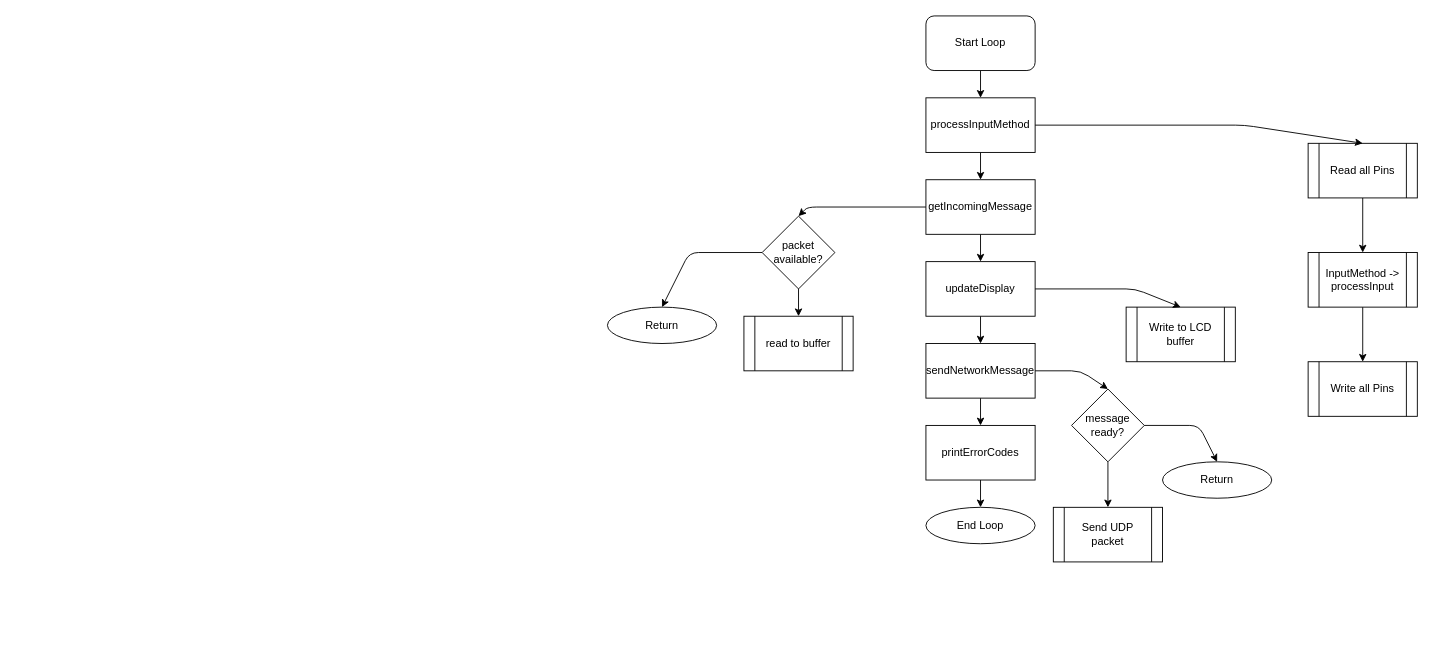
Above: page "Loop" (2 of 3) of glEEmail flow.drawio in Matt-and-Gib/gleemail (draw.io), before the change. Source tidied: cells renumbered, new cells numbered last; positions are measured from the earlier drawing's top-left corner, leaving out a move shared by most shapes. Both pictures are drawn from the tidied source at 91%, with x=0, y=0 at pixel (607, 15).
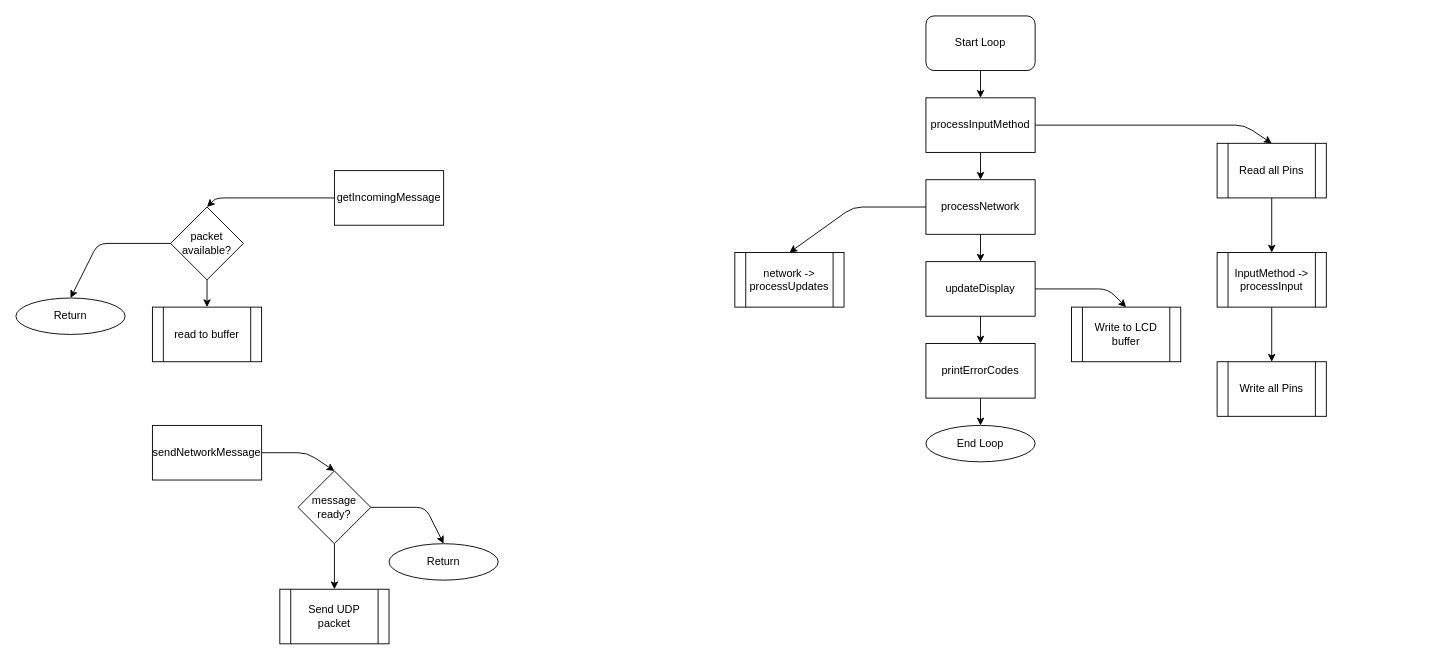
After the change.

Commit message (it also covers changes not shown here):
Planning network flow

The change refers to these unchanged cells:
```xml
<mxCell id="5" value="processInputMethod" style="rounded=0;whiteSpace=wrap;html=1;" parent="1" vertex="1">
  <mxGeometry x="350" y="90" width="120" height="60" as="geometry" />
</mxCell>
<mxCell id="16" value="updateDisplay" style="rounded=0;whiteSpace=wrap;html=1;" parent="1" vertex="1">
  <mxGeometry x="350" y="270" width="120" height="60" as="geometry" />
</mxCell>
```

Diff of the diagram source:
```diff
@@
-    <mxCell id="4" style="edgeStyle=orthogonalEdgeStyle;rounded=0;jettySize=auto;html=1;exitX=0.5;exitY=1;exitDx=0;exitDy=0;entryX=0.5;entryY=0;entryDx=0;entryDy=0;" parent="1" edge="1" source="5" target="12">
-      <mxGeometry relative="1" as="geometry" />
-    </mxCell>
+    <mxCell id="35" style="edgeStyle=orthogonalEdgeStyle;rounded=0;jettySize=auto;html=1;exitX=0.5;exitY=1;exitDx=0;exitDy=0;entryX=0.5;entryY=0;entryDx=0;entryDy=0;" parent="1" edge="1" source="5" target="38">
+      <mxGeometry relative="1" as="geometry" />
+    </mxCell>
@@
     <mxCell id="7" value="Read all Pins" style="shape=process;whiteSpace=wrap;html=1;backgroundOutline=1;" parent="1" vertex="1">
-      <mxGeometry x="770" y="140" width="120" height="60" as="geometry" />
+      <mxGeometry x="670" y="140" width="120" height="60" as="geometry" />
     </mxCell>
@@
     <mxCell id="9" value="&lt;div&gt;InputMethod -&amp;gt; processInput&lt;/div&gt;" style="shape=process;whiteSpace=wrap;html=1;backgroundOutline=1;" parent="1" vertex="1">
-      <mxGeometry x="770" y="260" width="120" height="60" as="geometry" />
+      <mxGeometry x="670" y="260" width="120" height="60" as="geometry" />
     </mxCell>
     <mxCell id="10" value="Write all Pins" style="shape=process;whiteSpace=wrap;html=1;backgroundOutline=1;" parent="1" vertex="1">
-      <mxGeometry x="770" y="380" width="120" height="60" as="geometry" />
+      <mxGeometry x="670" y="380" width="120" height="60" as="geometry" />
     </mxCell>
-    <mxCell id="11" style="edgeStyle=orthogonalEdgeStyle;rounded=0;jettySize=auto;html=1;exitX=0.5;exitY=1;exitDx=0;exitDy=0;entryX=0.5;entryY=0;entryDx=0;entryDy=0;" parent="1" edge="1" source="12" target="16">
-      <mxGeometry relative="1" as="geometry" />
-    </mxCell>
     <mxCell id="12" value="getIncomingMessage" style="rounded=0;whiteSpace=wrap;html=1;" parent="1" vertex="1">
-      <mxGeometry x="350" y="180" width="120" height="60" as="geometry" />
+      <mxGeometry x="-300" y="170" width="120" height="60" as="geometry" />
     </mxCell>
-    <mxCell id="13" style="edgeStyle=orthogonalEdgeStyle;rounded=0;jettySize=auto;html=1;exitX=0.5;exitY=1;exitDx=0;exitDy=0;entryX=0.5;entryY=0;entryDx=0;entryDy=0;" parent="1" edge="1" source="14" target="34">
-      <mxGeometry relative="1" as="geometry" />
-    </mxCell>
     <mxCell id="14" value="sendNetworkMessage" style="rounded=0;whiteSpace=wrap;html=1;" parent="1" vertex="1">
-      <mxGeometry x="350" y="360" width="120" height="60" as="geometry" />
+      <mxGeometry x="-500" y="450" width="120" height="60" as="geometry" />
     </mxCell>
-    <mxCell id="15" style="edgeStyle=orthogonalEdgeStyle;rounded=0;jettySize=auto;html=1;exitX=0.5;exitY=1;exitDx=0;exitDy=0;entryX=0.5;entryY=0;entryDx=0;entryDy=0;" parent="1" edge="1" source="16" target="14">
-      <mxGeometry relative="1" as="geometry" />
-    </mxCell>
+    <mxCell id="36" style="edgeStyle=orthogonalEdgeStyle;rounded=0;jettySize=auto;html=1;exitX=0.5;exitY=1;exitDx=0;exitDy=0;entryX=0.5;entryY=0;entryDx=0;entryDy=0;" parent="1" edge="1" source="16" target="34">
+      <mxGeometry relative="1" as="geometry" />
+    </mxCell>
@@
     <mxCell id="19" value="&lt;div&gt;packet available?&lt;/div&gt;" style="rhombus;whiteSpace=wrap;html=1;" parent="1" vertex="1">
-      <mxGeometry x="170" y="220" width="80" height="80" as="geometry" />
+      <mxGeometry x="-480" y="210" width="80" height="80" as="geometry" />
     </mxCell>
     <mxCell id="20" style="endArrow=classic;html=1;exitX=0;exitY=0.5;exitDx=0;exitDy=0;entryX=0.5;entryY=0;entryDx=0;entryDy=0;" parent="1" edge="1" source="12" target="19">
       <mxGeometry relative="1" as="geometry">
         <Array as="points">
-          <mxPoint x="220" y="210" />
+          <mxPoint x="-430" y="200" />
         </Array>
       </mxGeometry>
     </mxCell>
     <mxCell id="21" value="read to buffer" style="shape=process;whiteSpace=wrap;html=1;backgroundOutline=1;" parent="1" vertex="1">
-      <mxGeometry x="150" y="330" width="120" height="60" as="geometry" />
+      <mxGeometry x="-500" y="320" width="120" height="60" as="geometry" />
     </mxCell>
     <mxCell id="22" value="Return" style="ellipse;whiteSpace=wrap;html=1;" parent="1" vertex="1">
-      <mxGeometry y="320" width="120" height="40" as="geometry" />
+      <mxGeometry x="-650" y="310" width="120" height="40" as="geometry" />
     </mxCell>
     <mxCell id="23" style="endArrow=classic;html=1;exitX=0;exitY=0.5;exitDx=0;exitDy=0;entryX=0.5;entryY=0;entryDx=0;entryDy=0;" parent="1" edge="1" source="19" target="22">
       <mxGeometry relative="1" as="geometry">
         <Array as="points">
-          <mxPoint x="90" y="260" />
+          <mxPoint x="-560" y="250" />
         </Array>
       </mxGeometry>
     </mxCell>
     <mxCell id="24" value="Write to LCD buffer" style="shape=process;whiteSpace=wrap;html=1;backgroundOutline=1;" parent="1" vertex="1">
-      <mxGeometry x="570" y="320" width="120" height="60" as="geometry" />
+      <mxGeometry x="510" y="320" width="120" height="60" as="geometry" />
     </mxCell>
     <mxCell id="25" style="endArrow=classic;html=1;entryX=0.5;entryY=0;entryDx=0;entryDy=0;exitX=1;exitY=0.5;exitDx=0;exitDy=0;" parent="1" edge="1" source="16" target="24">
       <mxGeometry relative="1" as="geometry">
         <Array as="points">
-          <mxPoint x="580" y="300" />
+          <mxPoint x="550" y="300" />
         </Array>
       </mxGeometry>
     </mxCell>
@@
     <mxCell id="27" value="message ready?" style="rhombus;whiteSpace=wrap;html=1;" parent="1" vertex="1">
-      <mxGeometry x="510" y="410" width="80" height="80" as="geometry" />
+      <mxGeometry x="-340" y="500" width="80" height="80" as="geometry" />
     </mxCell>
     <mxCell id="28" style="endArrow=classic;html=1;exitX=1;exitY=0.5;exitDx=0;exitDy=0;entryX=0.5;entryY=0;entryDx=0;entryDy=0;" parent="1" edge="1" source="14" target="27">
       <mxGeometry relative="1" as="geometry">
         <Array as="points">
-          <mxPoint x="520" y="390" />
+          <mxPoint x="-330" y="480" />
         </Array>
       </mxGeometry>
     </mxCell>
     <mxCell id="29" value="Send UDP packet" style="shape=process;whiteSpace=wrap;html=1;backgroundOutline=1;" parent="1" vertex="1">
-      <mxGeometry x="490" y="540" width="120" height="60" as="geometry" />
+      <mxGeometry x="-360" y="630" width="120" height="60" as="geometry" />
     </mxCell>
     <mxCell id="30" value="Return" style="ellipse;whiteSpace=wrap;html=1;" parent="1" vertex="1">
-      <mxGeometry x="610" y="490" width="120" height="40" as="geometry" />
+      <mxGeometry x="-240" y="580" width="120" height="40" as="geometry" />
     </mxCell>
     <mxCell id="31" style="endArrow=classic;html=1;entryX=0.5;entryY=0;entryDx=0;entryDy=0;exitX=1;exitY=0.5;exitDx=0;exitDy=0;" parent="1" edge="1" source="27" target="30">
       <mxGeometry relative="1" as="geometry">
         <Array as="points">
-          <mxPoint x="650" y="450" />
+          <mxPoint x="-200" y="540" />
         </Array>
       </mxGeometry>
     </mxCell>
     <mxCell id="32" value="End Loop" style="ellipse;whiteSpace=wrap;html=1;" parent="1" vertex="1">
-      <mxGeometry x="350" y="540" width="120" height="40" as="geometry" />
+      <mxGeometry x="350" y="450" width="120" height="40" as="geometry" />
     </mxCell>
@@
     <mxCell id="34" value="printErrorCodes" style="rounded=0;whiteSpace=wrap;html=1;" parent="1" vertex="1">
-      <mxGeometry x="350" y="450" width="120" height="60" as="geometry" />
+      <mxGeometry x="350" y="360" width="120" height="60" as="geometry" />
     </mxCell>
+    <mxCell id="37" style="edgeStyle=orthogonalEdgeStyle;rounded=0;jettySize=auto;html=1;exitX=0.5;exitY=1;exitDx=0;exitDy=0;entryX=0.5;entryY=0;entryDx=0;entryDy=0;" parent="1" edge="1" source="38" target="16">
+      <mxGeometry relative="1" as="geometry" />
+    </mxCell>
+    <mxCell id="38" value="processNetwork" style="rounded=0;whiteSpace=wrap;html=1;" parent="1" vertex="1">
+      <mxGeometry x="350" y="180" width="120" height="60" as="geometry" />
+    </mxCell>
+    <mxCell id="39" style="endArrow=classic;html=1;exitX=0;exitY=0.5;exitDx=0;exitDy=0;entryX=0.5;entryY=0;entryDx=0;entryDy=0;" parent="1" edge="1" source="38" target="40">
+      <mxGeometry relative="1" as="geometry">
+        <Array as="points">
+          <mxPoint x="270" y="210" />
+        </Array>
+      </mxGeometry>
+    </mxCell>
+    <mxCell id="40" value="network -&amp;gt; processUpdates" style="shape=process;whiteSpace=wrap;html=1;backgroundOutline=1;" parent="1" vertex="1">
+      <mxGeometry x="140" y="260" width="120" height="60" as="geometry" />
+    </mxCell>
```
